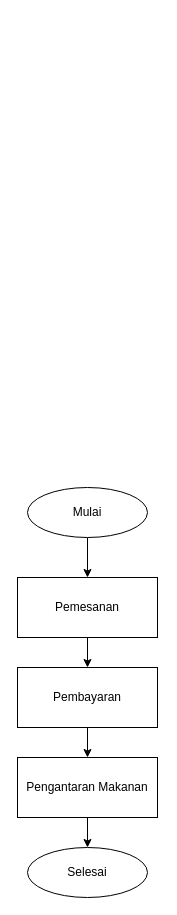
The draw.io diagram flowchart.drawio in aryadutapp/aryaduta_food-order_app, before the edit. Source tidied: cells renumbered, new cells numbered last; positions are measured from the earlier drawing's top-left corner, leaving out a move shared by most shapes. Both pictures are drawn from the tidied source at 100%, with x=0, y=0 at pixel (17, 487).
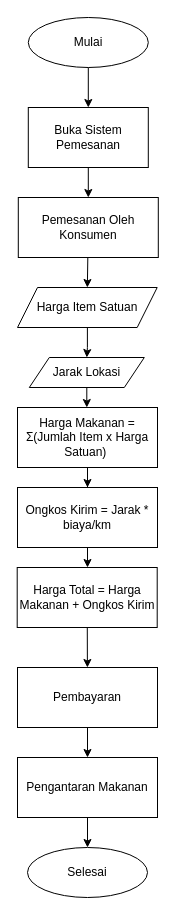
The same page after the edit.

Commit message:
Penambahan alur perhitungan harga makanan dan ongkos kirim

Unchanged cells that the change refers to:
```xml
<mxCell id="7" value="Pembayaran" style="whiteSpace=wrap;html=1;" parent="1" vertex="1">
  <mxGeometry y="180" width="140" height="60" as="geometry" />
</mxCell>
```

Diff of the diagram source:
```diff
@@
-    <mxCell id="2" style="edgeStyle=none;html=1;" parent="1" edge="1" source="3" target="5">
-      <mxGeometry relative="1" as="geometry" />
-    </mxCell>
+    <mxCell id="11" style="edgeStyle=none;html=1;" parent="1" edge="1" source="3" target="15">
+      <mxGeometry relative="1" as="geometry" />
+    </mxCell>
     <mxCell id="3" value="Mulai" style="ellipse;whiteSpace=wrap;html=1;" parent="1" vertex="1">
-      <mxGeometry x="10" width="120" height="50" as="geometry" />
+      <mxGeometry x="10.8" y="-470" width="120" height="50" as="geometry" />
     </mxCell>
-    <mxCell id="4" style="edgeStyle=none;html=1;" parent="1" edge="1" source="5" target="7">
-      <mxGeometry relative="1" as="geometry" />
-    </mxCell>
-    <mxCell id="5" value="Pemesanan" style="whiteSpace=wrap;html=1;" parent="1" vertex="1">
-      <mxGeometry y="90" width="140" height="60" as="geometry" />
-    </mxCell>
+    <mxCell id="12" style="edgeStyle=none;html=1;entryX=0.5;entryY=0;entryDx=0;entryDy=0;" parent="1" edge="1" source="13" target="17">
+      <mxGeometry relative="1" as="geometry" />
+    </mxCell>
+    <mxCell id="13" value="Pemesanan Oleh Konsumen" style="whiteSpace=wrap;html=1;" parent="1" vertex="1">
+      <mxGeometry x="0.8" y="-290" width="140" height="60" as="geometry" />
+    </mxCell>
@@
+    <mxCell id="14" style="edgeStyle=none;html=1;" parent="1" edge="1" source="15" target="13">
+      <mxGeometry relative="1" as="geometry" />
+    </mxCell>
+    <mxCell id="15" value="Buka Sistem Pemesanan" style="whiteSpace=wrap;html=1;" parent="1" vertex="1">
+      <mxGeometry x="10.8" y="-380" width="120" height="60" as="geometry" />
+    </mxCell>
+    <mxCell id="16" style="edgeStyle=orthogonalEdgeStyle;rounded=0;jettySize=auto;html=1;" parent="1" edge="1" source="17" target="19">
+      <mxGeometry relative="1" as="geometry" />
+    </mxCell>
+    <mxCell id="17" value="Harga Item Satuan" style="shape=parallelogram;perimeter=parallelogramPerimeter;whiteSpace=wrap;html=1;fixedSize=1;rounded=0;" parent="1" vertex="1">
+      <mxGeometry y="-200" width="139.7" height="40" as="geometry" />
+    </mxCell>
+    <mxCell id="18" style="edgeStyle=orthogonalEdgeStyle;rounded=0;jettySize=auto;html=1;" parent="1" edge="1" source="19" target="23">
+      <mxGeometry relative="1" as="geometry" />
+    </mxCell>
+    <mxCell id="19" value="Jarak Lokasi" style="shape=parallelogram;perimeter=parallelogramPerimeter;whiteSpace=wrap;html=1;fixedSize=1;rounded=0;" parent="1" vertex="1">
+      <mxGeometry x="11.8" y="-130" width="115" height="30" as="geometry" />
+    </mxCell>
+    <mxCell id="20" style="edgeStyle=orthogonalEdgeStyle;rounded=0;jettySize=auto;html=1;" parent="1" edge="1" source="21">
+      <mxGeometry relative="1" as="geometry">
+        <mxPoint x="69.2" y="80" as="targetPoint" />
+      </mxGeometry>
+    </mxCell>
+    <mxCell id="21" value="Ongkos Kirim = Jarak * biaya/km" style="whiteSpace=wrap;html=1;rounded=0;" parent="1" vertex="1">
+      <mxGeometry width="140" height="60" as="geometry" />
+    </mxCell>
+    <mxCell id="22" style="edgeStyle=orthogonalEdgeStyle;rounded=0;jettySize=auto;html=1;" parent="1" edge="1" source="23" target="21">
+      <mxGeometry relative="1" as="geometry" />
+    </mxCell>
+    <mxCell id="23" value="Harga Makanan =&lt;br&gt;Σ(Jumlah Item x Harga Satuan)&amp;nbsp;" style="rounded=0;whiteSpace=wrap;html=1;" parent="1" vertex="1">
+      <mxGeometry y="-80" width="140" height="60" as="geometry" />
+    </mxCell>
+    <mxCell id="24" style="edgeStyle=none;html=1;" parent="1" edge="1" source="25" target="7">
+      <mxGeometry relative="1" as="geometry" />
+    </mxCell>
+    <mxCell id="25" value="Harga Total = Harga Makanan + Ongkos Kirim" style="whiteSpace=wrap;html=1;rounded=0;" parent="1" vertex="1">
+      <mxGeometry x="-0.3" y="80" width="140" height="60" as="geometry" />
+    </mxCell>
```
